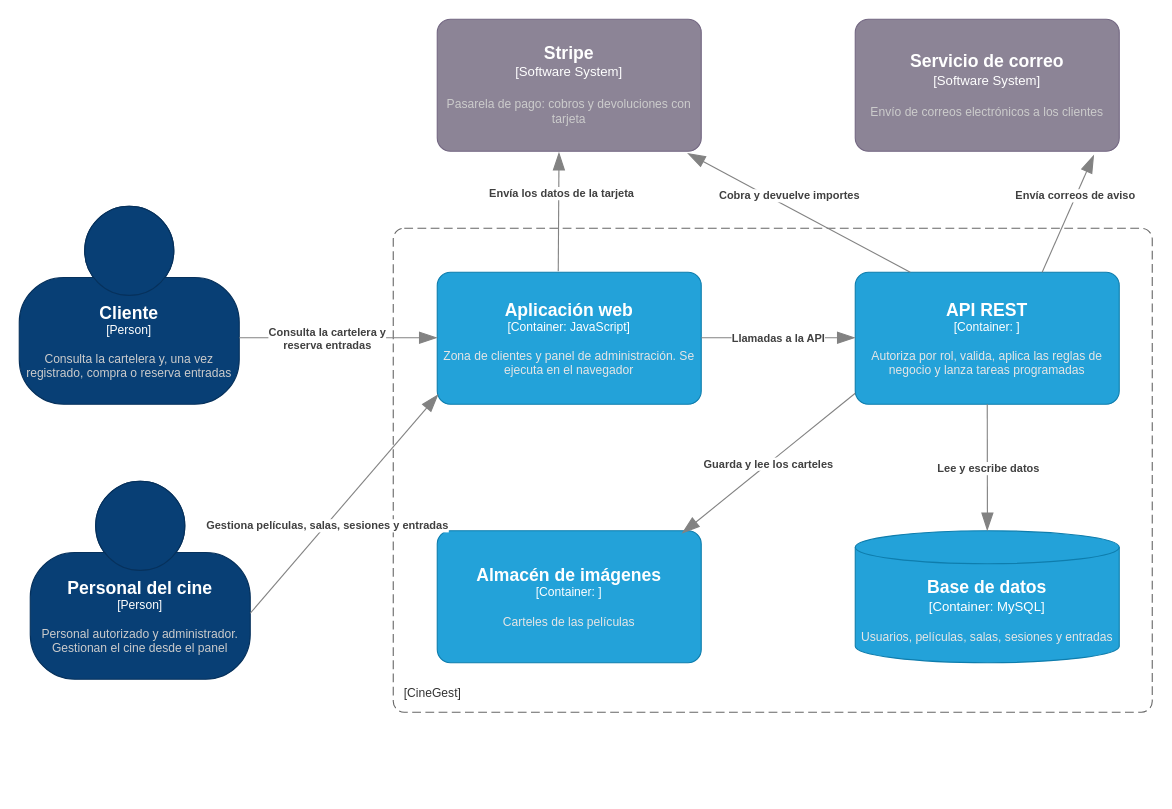
Above: documentacion/04-arquitectura/Diagrama_Contenedores/CineGest_Diagrama_Contenedores.drawio in CristianPlatero/CineGest (draw.io), before the change. Source tidied: cells renumbered, new cells numbered last; positions are measured from the earlier drawing's top-left corner, leaving out a move shared by most shapes. Both pictures are drawn from the tidied source at 110%, with x=0, y=0 at pixel (19, 19).
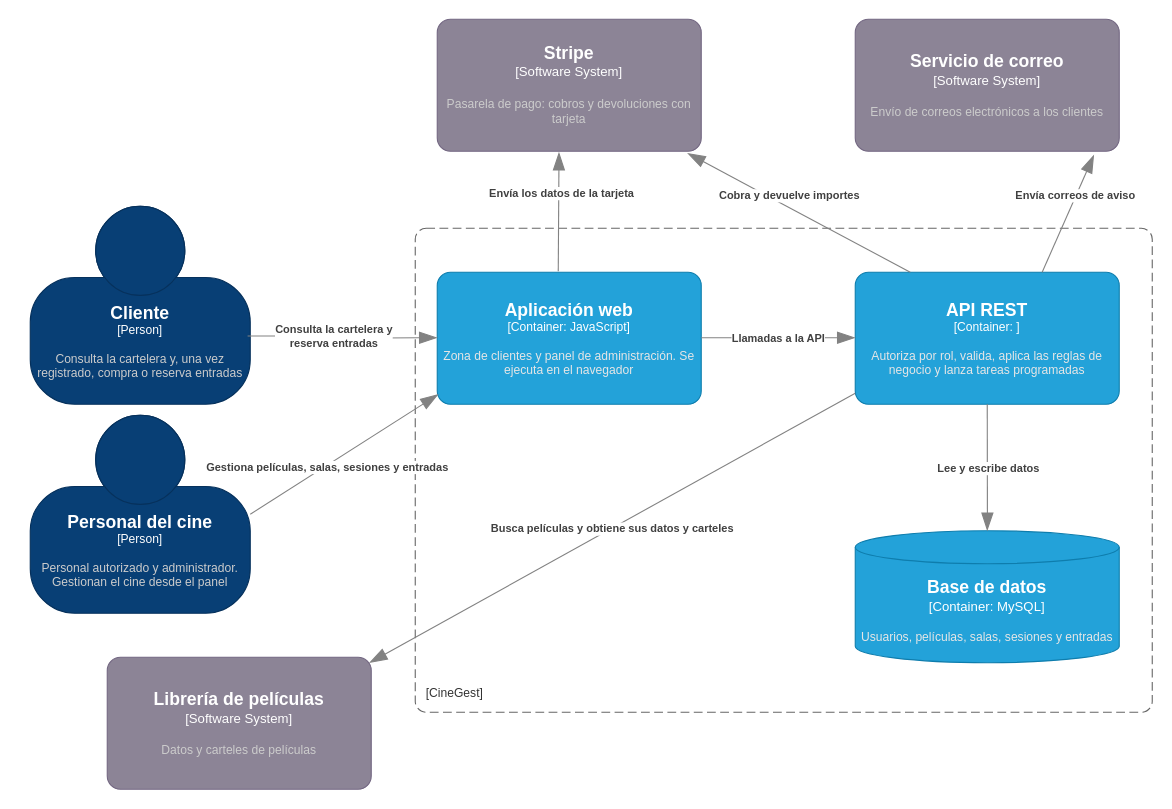
The same diagram, later.

Commit message:
Cambios diagrama

The change refers to these unchanged cells:
```xml
<object id="4" label="&lt;font style=&quot;font-size: 16px&quot;&gt;&lt;b&gt;%c4Name%&lt;/b&gt;&lt;/font&gt;&lt;div&gt;[%c4Type%: %c4Technology%]&lt;/div&gt;&lt;br&gt;&lt;div&gt;&lt;font style=&quot;font-size: 11px&quot;&gt;&lt;font color=&quot;#E6E6E6&quot;&gt;%c4Description%&lt;/font&gt;&lt;/div&gt;" c4Description="Zona de clientes y panel de administración. Se ejecuta en el navegador" c4Name="Aplicación web" c4Technology="JavaScript" c4Type="Container" placeholders="1">
  <mxCell style="rounded=1;whiteSpace=wrap;html=1;fontSize=11;labelBackgroundColor=none;fillColor=#23A2D9;fontColor=#ffffff;align=center;arcSize=10;strokeColor=#0E7DAD;points=[[0.25,0,0],[0.5,0,0],[0.75,0,0],[1,0.25,0],[1,0.5,0],[1,0.75,0],[0.75,1,0],[0.5,1,0],[0.25,1,0],[0,0.75,0],[0,0.5,0],[0,0.25,0]];" parent="1" vertex="1">
    <mxGeometry x="380" y="230" width="240" height="120" as="geometry" />
  </mxCell>
</object>
```

The edit, as a diff of the source:
```diff
@@
     <object id="2" label="&lt;font style=&quot;font-size: 16px&quot;&gt;&lt;b&gt;%c4Name%&lt;/b&gt;&lt;/font&gt;&lt;div&gt;[%c4Type%]&lt;/div&gt;&lt;br&gt;&lt;div&gt;&lt;font style=&quot;font-size: 11px&quot;&gt;&lt;font color=&quot;#cccccc&quot;&gt;%c4Description%&lt;/font&gt;&lt;/div&gt;" c4Description="Consulta la cartelera y, una vez registrado, compra o reserva entradas" c4Name="Cliente" c4Type="Person" placeholders="1">
       <mxCell style="html=1;fontSize=11;dashed=0;whiteSpace=wrap;fillColor=#083F75;strokeColor=#06315C;fontColor=#ffffff;shape=mxgraph.c4.person2;align=center;points=[[0.5,0,0],[1,0.5,0],[1,0.75,0],[0.75,1,0],[0.5,1,0],[0.25,1,0],[0,0.75,0],[0,0.5,0]];" parent="1" vertex="1">
-        <mxGeometry y="170" width="200" height="180" as="geometry" />
+        <mxGeometry x="10" y="170" width="200" height="180" as="geometry" />
       </mxCell>
     </object>
     <object id="3" label="&lt;font style=&quot;font-size: 16px&quot;&gt;&lt;b&gt;%c4Name%&lt;/b&gt;&lt;/font&gt;&lt;div&gt;[%c4Type%]&lt;/div&gt;&lt;br&gt;&lt;div&gt;&lt;font style=&quot;font-size: 11px&quot;&gt;&lt;font color=&quot;#cccccc&quot;&gt;%c4Description%&lt;/font&gt;&lt;/div&gt;" c4Description="Personal autorizado y administrador. Gestionan el cine desde el panel" c4Name="Personal del cine" c4Type="Person" placeholders="1">
       <mxCell style="html=1;fontSize=11;dashed=0;whiteSpace=wrap;fillColor=#083F75;strokeColor=#06315C;fontColor=#ffffff;shape=mxgraph.c4.person2;align=center;points=[[0.5,0,0],[1,0.5,0],[1,0.75,0],[0.75,1,0],[0.5,1,0],[0.25,1,0],[0,0.75,0],[0,0.5,0]];" parent="1" vertex="1">
-        <mxGeometry x="10" y="420" width="200" height="180" as="geometry" />
+        <mxGeometry x="10" y="360" width="200" height="180" as="geometry" />
       </mxCell>
     </object>
@@
-    <object id="5" label="&lt;font style=&quot;font-size: 16px&quot;&gt;&lt;b&gt;%c4Name%&lt;/b&gt;&lt;/font&gt;&lt;div&gt;[%c4Type%: %c4Technology%]&lt;/div&gt;&lt;br&gt;&lt;div&gt;&lt;font style=&quot;font-size: 11px&quot;&gt;&lt;font color=&quot;#E6E6E6&quot;&gt;%c4Description%&lt;/font&gt;&lt;/div&gt;" c4Description="Carteles de las películas" c4Name="Almacén de imágenes" c4Technology="" c4Type="Container" placeholders="1">
-      <mxCell style="rounded=1;whiteSpace=wrap;html=1;fontSize=11;labelBackgroundColor=none;fillColor=#23A2D9;fontColor=#ffffff;align=center;arcSize=10;strokeColor=#0E7DAD;points=[[0.25,0,0],[0.5,0,0],[0.75,0,0],[1,0.25,0],[1,0.5,0],[1,0.75,0],[0.75,1,0],[0.5,1,0],[0.25,1,0],[0,0.75,0],[0,0.5,0],[0,0.25,0]];" parent="1" vertex="1">
-        <mxGeometry x="380" y="465" width="240" height="120" as="geometry" />
-      </mxCell>
-    </object>
     <object id="6" label="&lt;font style=&quot;font-size: 16px&quot;&gt;&lt;b&gt;&lt;div style=&quot;text-align: left&quot;&gt;%c4Name%&lt;/div&gt;&lt;/b&gt;&lt;/font&gt;&lt;div style=&quot;text-align: left&quot;&gt;[%c4Application%]&lt;/div&gt;" c4Application="CineGest" c4Name="" placeholders="1">
       <mxCell style="rounded=1;fontSize=11;whiteSpace=wrap;html=1;dashed=1;arcSize=20;fillColor=none;strokeColor=#666666;fontColor=#333333;labelBackgroundColor=none;align=left;verticalAlign=bottom;labelBorderColor=none;spacingTop=0;spacing=10;dashPattern=8 4;perimeter=rectanglePerimeter;noLabel=0;labelPadding=0;absoluteArcSize=1;" parent="1" vertex="1">
-        <mxGeometry x="340" y="190" width="690" height="440" as="geometry" />
+        <mxGeometry x="360" y="190" width="670" height="440" as="geometry" />
       </mxCell>
     </object>
@@
     <object id="10" label="&lt;div style=&quot;text-align: left&quot;&gt;&lt;div style=&quot;text-align: center&quot;&gt;&lt;b&gt;%c4Description%&lt;/b&gt;&lt;/div&gt;" c4Description="Consulta la cartelera y&#10;reserva entradas" placeholders="1">
-      <mxCell style="endArrow=blockThin;html=1;fontSize=10;fontColor=#404040;strokeWidth=1;endFill=1;strokeColor=#828282;elbow=vertical;endSize=14;startSize=14;jumpStyle=arc;jumpSize=16;rounded=0;edgeStyle=orthogonalEdgeStyle;defaultLabelBackgroundColor=page;" parent="1" edge="1">
+      <mxCell style="endArrow=blockThin;html=1;fontSize=10;fontColor=#404040;strokeWidth=1;endFill=1;strokeColor=#828282;elbow=vertical;endSize=14;startSize=14;jumpStyle=arc;jumpSize=16;rounded=0;edgeStyle=orthogonalEdgeStyle;defaultLabelBackgroundColor=page;exitX=0.988;exitY=0.655;exitDx=0;exitDy=0;exitPerimeter=0;" parent="1" edge="1" source="2">
         <mxGeometry x="-0.11" relative="1" as="geometry">
-          <mxPoint x="200" y="289.5" as="sourcePoint" />
           <mxPoint x="380" y="289.5" as="targetPoint" />
         </mxGeometry>
       </mxCell>
     </object>
     <object id="11" label="&lt;div style=&quot;text-align: left&quot;&gt;&lt;div style=&quot;text-align: center&quot;&gt;&lt;b&gt;%c4Description%&lt;/b&gt;&lt;/div&gt;" c4Description="Gestiona películas, salas, sesiones y entradas" placeholders="1">
-      <mxCell style="endArrow=blockThin;html=1;fontSize=10;fontColor=#404040;strokeWidth=1;endFill=1;strokeColor=#828282;elbow=vertical;endSize=14;startSize=14;jumpStyle=arc;jumpSize=16;rounded=0;defaultLabelBackgroundColor=page;entryX=0.004;entryY=0.925;entryDx=0;entryDy=0;entryPerimeter=0;" parent="1" edge="1" target="4">
-        <mxGeometry x="-0.19" y="-1" relative="1" as="geometry">
-          <mxPoint x="210" y="540" as="sourcePoint" />
-        </mxGeometry>
+      <mxCell style="endArrow=blockThin;html=1;fontSize=10;fontColor=#404040;strokeWidth=1;endFill=1;strokeColor=#828282;elbow=vertical;endSize=14;startSize=14;jumpStyle=arc;jumpSize=16;rounded=0;defaultLabelBackgroundColor=page;entryX=0.004;entryY=0.925;entryDx=0;entryDy=0;entryPerimeter=0;exitX=1;exitY=0.5;exitDx=0;exitDy=0;exitPerimeter=0;" parent="1" edge="1" source="3" target="4">
+        <mxGeometry x="-0.19" y="-1" relative="1" as="geometry" />
       </mxCell>
     </object>
@@
-    <object id="17" label="&lt;div style=&quot;text-align: left&quot;&gt;&lt;div style=&quot;text-align: center&quot;&gt;&lt;b&gt;%c4Description%&lt;/b&gt;&lt;/div&gt;" c4Description="Guarda y lee los carteles" placeholders="1">
-      <mxCell style="endArrow=blockThin;html=1;fontSize=10;fontColor=#404040;strokeWidth=1;endFill=1;strokeColor=#828282;elbow=vertical;endSize=14;startSize=14;jumpStyle=arc;jumpSize=16;rounded=0;defaultLabelBackgroundColor=page;entryX=0.927;entryY=0.02;entryDx=0;entryDy=0;entryPerimeter=0;" parent="1" edge="1" target="5">
-        <mxGeometry relative="1" as="geometry">
-          <mxPoint x="760" y="340" as="sourcePoint" />
-        </mxGeometry>
-      </mxCell>
-    </object>
+    <object id="19" label="&lt;div style=&quot;text-align: left&quot;&gt;&lt;div style=&quot;text-align: center&quot;&gt;&lt;b&gt;%c4Description%&lt;/b&gt;&lt;/div&gt;" c4Description="Busca películas y obtiene sus datos y carteles" placeholders="1">
+      <mxCell style="endArrow=blockThin;html=1;fontSize=10;fontColor=#404040;strokeWidth=1;endFill=1;strokeColor=#828282;elbow=vertical;endSize=14;startSize=14;jumpStyle=arc;jumpSize=16;rounded=0;defaultLabelBackgroundColor=page;entryX=0.993;entryY=0.042;entryDx=0;entryDy=0;entryPerimeter=0;" parent="1" edge="1" target="20">
+        <mxGeometry relative="1" as="geometry">
+          <mxPoint x="760" y="340" as="sourcePoint" />
+        </mxGeometry>
+      </mxCell>
+    </object>
@@
+    <object id="20" label="&lt;font style=&quot;font-size: 16px&quot;&gt;&lt;b&gt;%c4Name%&lt;/b&gt;&lt;/font&gt;&lt;div&gt;[%c4Type%]&lt;/div&gt;&lt;br&gt;&lt;div&gt;&lt;font style=&quot;font-size: 11px&quot;&gt;&lt;font color=&quot;#cccccc&quot;&gt;%c4Description%&lt;/font&gt;&lt;/div&gt;" c4Description="Datos y carteles de películas" c4Name="Librería de películas" c4Type="Software System" placeholders="1">
+      <mxCell style="rounded=1;whiteSpace=wrap;html=1;labelBackgroundColor=none;fillColor=#8C8496;fontColor=#ffffff;align=center;arcSize=10;strokeColor=#736782;points=[[0.25,0,0],[0.5,0,0],[0.75,0,0],[1,0.25,0],[1,0.5,0],[1,0.75,0],[0.75,1,0],[0.5,1,0],[0.25,1,0],[0,0.75,0],[0,0.5,0],[0,0.25,0]];" parent="1" vertex="1">
+        <mxGeometry x="80" y="580" width="240" height="120" as="geometry" />
+      </mxCell>
+    </object>
```
